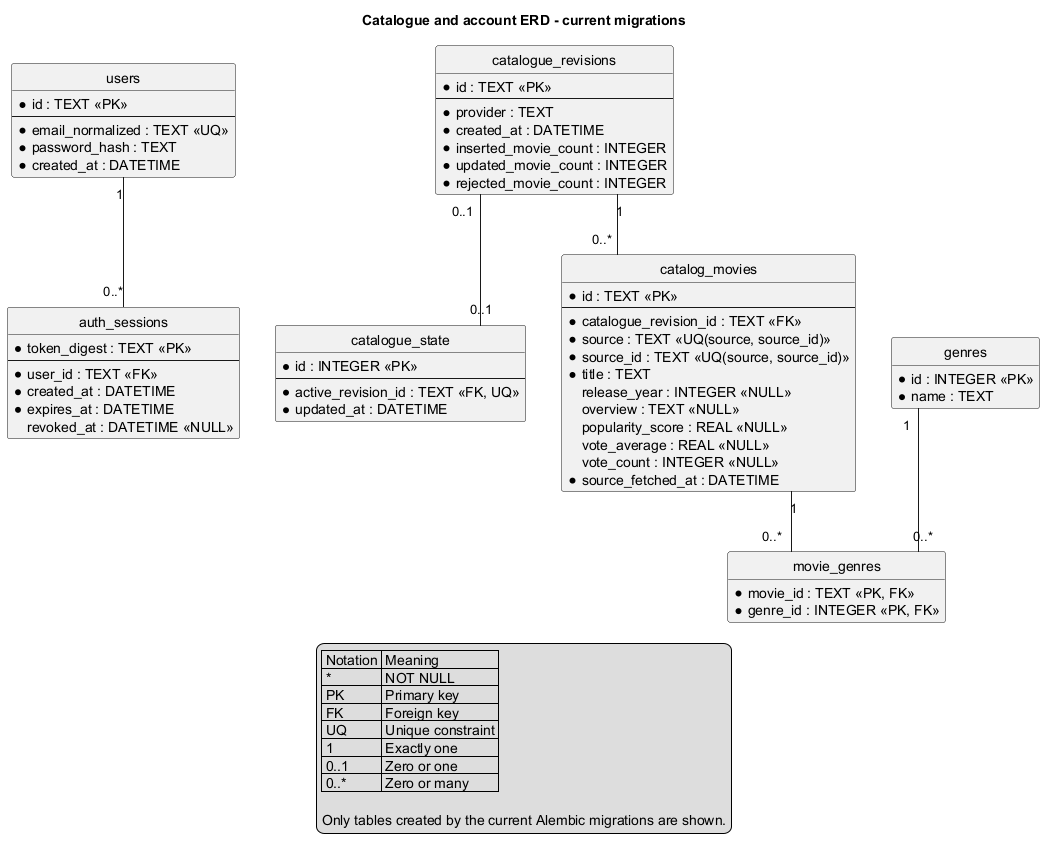
This is docs/images/erd.png from SE-FDA-NEU/ai66a_group3_C1_SE, a PlantUML export, as it was before one commit.
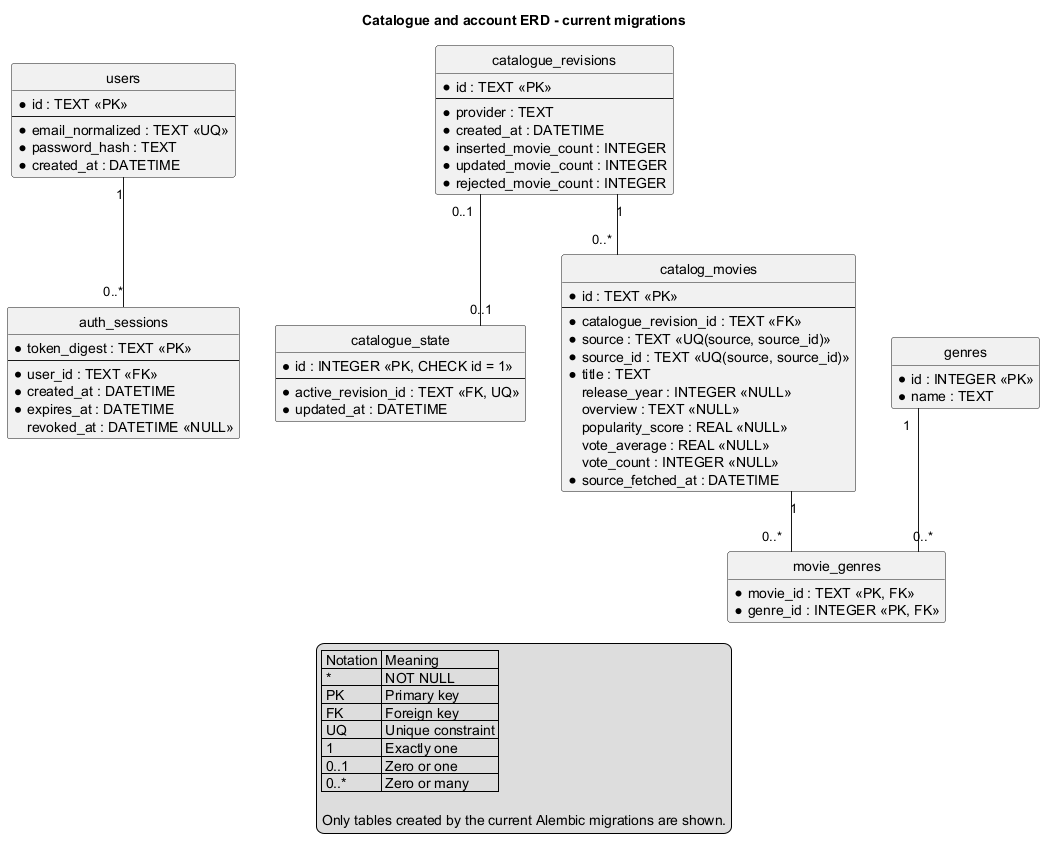
After the change.

Commit message:
docs: update architecture and ERD images to reflect recent changes

Diff of the diagram source:
```diff
@@ -39,7 +39,7 @@
 }
 
 entity "catalogue_state" as active_state {
-  * id : INTEGER <<PK>>
+  * id : INTEGER <<PK, CHECK id = 1>>
   --
   * active_revision_id : TEXT <<FK, UQ>>
   * updated_at : DATETIME
```
